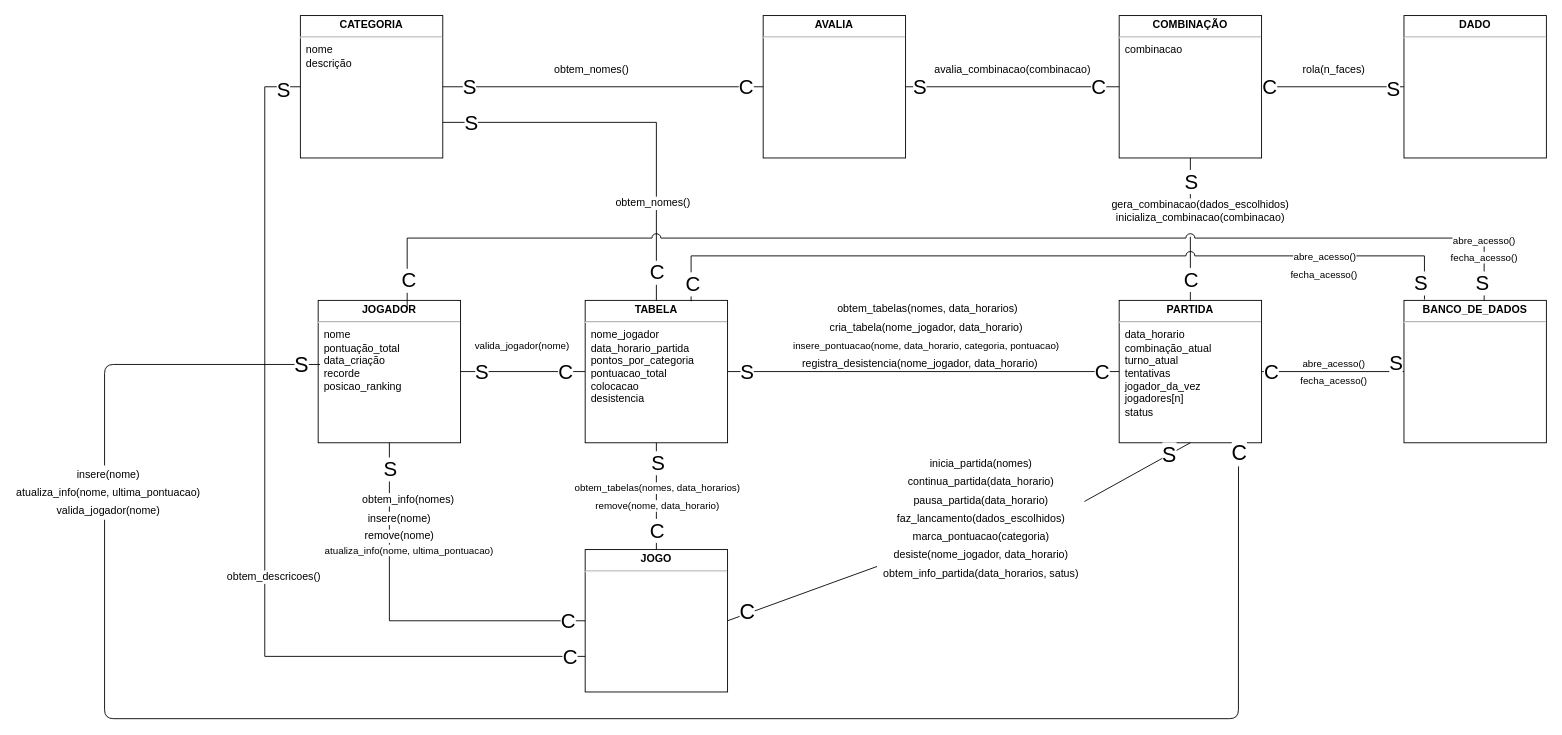
daanielmenezes/Yahtzee keeps this draw.io diagram as diagramas/diagrama_arquitetura_v2.drawio. Above is the earlier version. Source tidied: cells renumbered, new cells numbered last; positions are measured from the earlier drawing's top-left corner, leaving out a move shared by most shapes. Both pictures are drawn from the tidied source at 89%, with x=0, y=0 at pixel (104, 15).
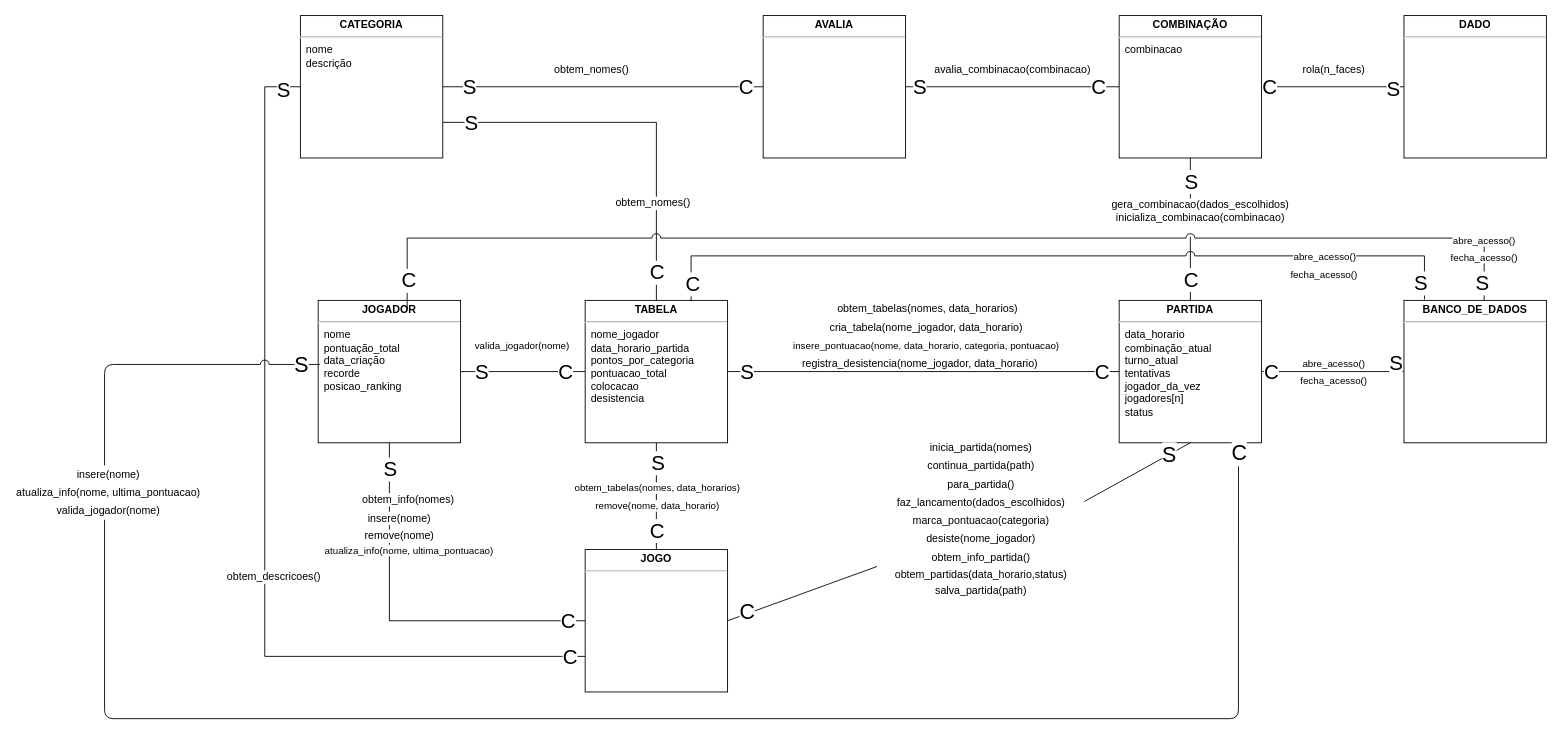
The same diagram, later.

Commit message (it also covers changes not shown here):
atualizadas funções de partida diagrama

The change refers to these unchanged cells:
```xml
<mxCell id="8" value="&lt;div style=&quot;margin: 4px 0px 0px 0px&quot;&gt;&lt;b&gt;PARTIDA&lt;/b&gt;&lt;/div&gt;&lt;hr&gt;&lt;div style=&quot;text-align: left&quot;&gt;&lt;span&gt;&amp;nbsp; data_&lt;/span&gt;&lt;span&gt;horario&lt;/span&gt;&lt;/div&gt;&lt;div style=&quot;text-align: left&quot;&gt;&lt;span&gt;&amp;nbsp; combinação_atual&lt;/span&gt;&lt;/div&gt;&lt;div style=&quot;text-align: left&quot;&gt;&lt;span&gt;&amp;nbsp; turno_atual&lt;/span&gt;&lt;/div&gt;&lt;div style=&quot;text-align: left&quot;&gt;&amp;nbsp; tentativas&lt;/div&gt;&lt;div style=&quot;text-align: left&quot;&gt;&lt;span&gt;&amp;nbsp; jogador_da_vez&lt;/span&gt;&lt;/div&gt;&lt;div style=&quot;text-align: left&quot;&gt;&lt;span&gt;&amp;nbsp; jogadores[n]&lt;/span&gt;&lt;/div&gt;&lt;div style=&quot;text-align: left&quot;&gt;&lt;span&gt;&amp;nbsp; status&lt;/span&gt;&lt;/div&gt;&lt;div style=&quot;text-align: left&quot;&gt;&lt;span&gt;&amp;nbsp;&amp;nbsp;&lt;/span&gt;&lt;/div&gt;" style="verticalAlign=top;align=center;overflow=fill;fontSize=12;fontFamily=Helvetica;html=1;rounded=0;shadow=0;comic=0;labelBackgroundColor=none;strokeWidth=1;spacingTop=17;" parent="1" vertex="1">
  <mxGeometry x="1140" y="320" width="160" height="160" as="geometry" />
</mxCell>
<mxCell id="18" value="&lt;p style=&quot;margin: 4px 0px 0px ; text-align: center&quot;&gt;&lt;b&gt;JOGADOR&lt;/b&gt;&lt;/p&gt;&lt;hr&gt;&amp;nbsp; nome&lt;br&gt;&amp;nbsp; pontuação_total&lt;br&gt;&amp;nbsp; data_criação&lt;br&gt;&amp;nbsp; recorde&lt;br&gt;&amp;nbsp; posicao_ranking" style="verticalAlign=top;align=left;overflow=fill;fontSize=12;fontFamily=Helvetica;html=1;rounded=0;shadow=0;comic=0;labelBackgroundColor=none;strokeWidth=1;spacing=2;spacingLeft=0;" parent="1" vertex="1">
  <mxGeometry x="240" y="320" width="160" height="160" as="geometry" />
</mxCell>
```

What changed in the source:
```diff
@@
-    <mxCell id="75" value="&lt;font style=&quot;font-size: 12px ; line-height: 150%&quot;&gt;&lt;font style=&quot;font-size: 12px ; line-height: 170%&quot;&gt;inicia_partida(nomes)&lt;br&gt;continua_partida(data_horario)&lt;br&gt;pausa_partida(data_horario)&lt;br&gt;faz_lancamento(dados_escolhidos)&lt;br&gt;marca_pontuacao(categoria)&lt;br&gt;desiste(nome_jogador, data_horario)&lt;br&gt;obtem_info_partida(data_horarios, satus&lt;/font&gt;)&lt;/font&gt;" style="text;html=1;strokeColor=none;fillColor=none;align=center;verticalAlign=middle;whiteSpace=wrap;rounded=0;" parent="1" vertex="1">
+    <mxCell id="75" value="&lt;font style=&quot;font-size: 12px ; line-height: 150%&quot;&gt;&lt;font style=&quot;font-size: 12px ; line-height: 170%&quot;&gt;inicia_partida(nomes)&lt;br&gt;continua_partida(path)&lt;br&gt;para_partida()&lt;br&gt;faz_lancamento(dados_escolhidos)&lt;br&gt;marca_pontuacao(categoria)&lt;br&gt;desiste(nome_jogador)&lt;br&gt;obtem_info_partida(&lt;/font&gt;)&lt;br&gt;obtem_partidas(data_horario,status)&lt;br&gt;salva_partida(path)&lt;br&gt;&lt;/font&gt;" style="text;html=1;strokeColor=none;fillColor=none;align=center;verticalAlign=middle;whiteSpace=wrap;rounded=0;" parent="1" vertex="1">
       <mxGeometry x="870" y="490" width="230" height="150" as="geometry" />
     </mxCell>
@@
-    <mxCell id="78" style="endArrow=none;html=1;entryX=0.838;entryY=1;entryDx=0;entryDy=0;entryPerimeter=0;exitX=0.013;exitY=0.45;exitDx=0;exitDy=0;exitPerimeter=0;" parent="1" edge="1" source="18" target="8">
+    <mxCell id="78" style="endArrow=none;html=1;entryX=0.838;entryY=1;entryDx=0;entryDy=0;entryPerimeter=0;exitX=0.013;exitY=0.45;exitDx=0;exitDy=0;exitPerimeter=0;jumpStyle=arc;jumpSize=10;" parent="1" edge="1" source="18" target="8">
       <mxGeometry relative="1" as="geometry">
         <Array as="points">
           <mxPoint y="392" />
           <mxPoint y="790" />
           <mxPoint x="1274" y="790" />
         </Array>
       </mxGeometry>
     </mxCell>
```
